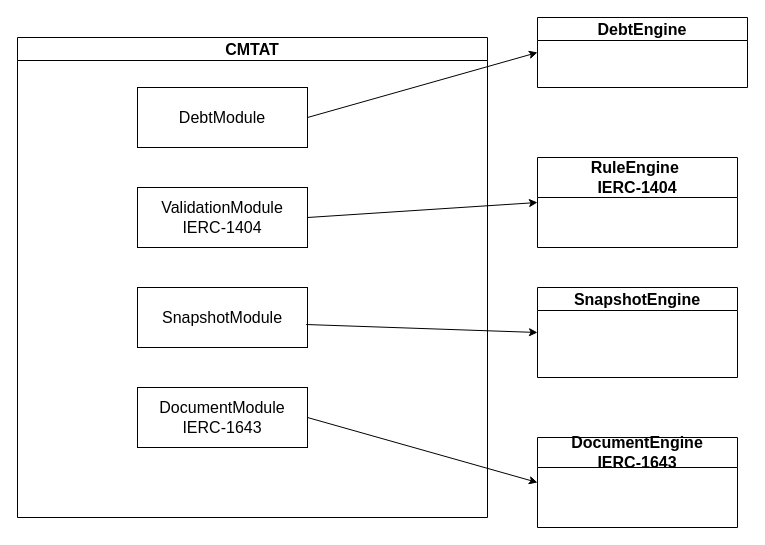
Before: page "Engine" (1 of 8) of doc/schema/drawio/Engine.drawio in CMTA/CMTAT, a draw.io diagram. Source tidied: cells renumbered, new cells numbered last; positions are measured from the earlier drawing's top-left corner, leaving out a move shared by most shapes. Both pictures are drawn from the tidied source at 100%, with x=0, y=0 at pixel (17, 17).
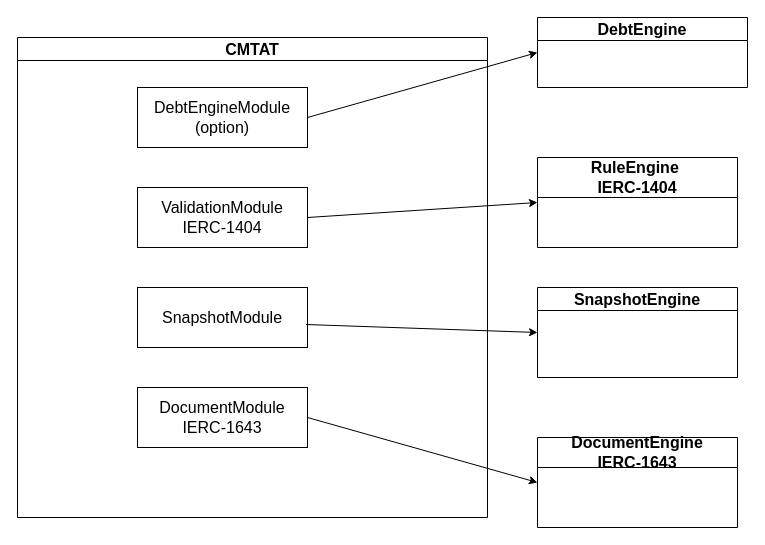
After the change.

The edit, as a diff of the source:
```diff
@@
 <mxGraphModel>
   <root>
     <mxCell id="0" />
     <mxCell id="1" parent="0" />
     <mxCell id="2" value="CMTAT" style="swimlane;whiteSpace=wrap;html=1;fontSize=16;" parent="1" vertex="1">
       <mxGeometry y="20" width="470" height="480" as="geometry" />
     </mxCell>
-    <mxCell id="3" value="DebtModule" style="rounded=0;whiteSpace=wrap;html=1;fontSize=16;" parent="2" vertex="1">
+    <mxCell id="3" value="DebtEngineModule&lt;br&gt;(option)" style="rounded=0;whiteSpace=wrap;html=1;fontSize=16;" parent="2" vertex="1">
       <mxGeometry x="120" y="50" width="170" height="60" as="geometry" />
     </mxCell>
     <mxCell id="4" value="ValidationModule&lt;br style=&quot;font-size: 16px;&quot;&gt;IERC-1404" style="rounded=0;whiteSpace=wrap;html=1;fontSize=16;" parent="2" vertex="1">
       <mxGeometry x="120" y="150" width="170" height="60" as="geometry" />
     </mxCell>
     <mxCell id="5" value="DocumentModule&lt;br&gt;IERC-1643" style="rounded=0;whiteSpace=wrap;html=1;fontSize=16;" parent="2" vertex="1">
       <mxGeometry x="120" y="350" width="170" height="60" as="geometry" />
     </mxCell>
     <mxCell id="6" value="SnapshotModule" style="rounded=0;whiteSpace=wrap;html=1;fontSize=16;" parent="2" vertex="1">
       <mxGeometry x="120" y="250" width="170" height="60" as="geometry" />
     </mxCell>
     <mxCell id="7" value="DebtEngine" style="swimlane;whiteSpace=wrap;html=1;fontSize=16;" parent="1" vertex="1">
       <mxGeometry x="520" width="210" height="70" as="geometry" />
     </mxCell>
     <mxCell id="8" value="SnapshotEngine" style="swimlane;whiteSpace=wrap;html=1;fontSize=16;" parent="1" vertex="1">
       <mxGeometry x="520" y="270" width="200" height="90" as="geometry" />
     </mxCell>
     <mxCell id="9" value="DocumentEngine&lt;br style=&quot;font-size: 16px;&quot;&gt;IERC-1643" style="swimlane;whiteSpace=wrap;html=1;startSize=30;fontSize=16;" parent="1" vertex="1">
       <mxGeometry x="520" y="420" width="200" height="90" as="geometry" />
     </mxCell>
     <mxCell id="10" style="endArrow=classic;html=1;rounded=0;exitX=1;exitY=0.5;exitDx=0;exitDy=0;entryX=0;entryY=0.5;entryDx=0;entryDy=0;fontSize=16;" parent="1" edge="1" source="3" target="7">
       <mxGeometry relative="1" as="geometry" />
     </mxCell>
     <mxCell id="11" style="endArrow=classic;html=1;rounded=0;exitX=1;exitY=0.5;exitDx=0;exitDy=0;entryX=0;entryY=0.5;entryDx=0;entryDy=0;fontSize=16;" parent="1" edge="1" source="4" target="14">
       <mxGeometry relative="1" as="geometry" />
     </mxCell>
     <mxCell id="12" style="endArrow=classic;html=1;rounded=0;exitX=0.992;exitY=0.617;exitDx=0;exitDy=0;exitPerimeter=0;entryX=0;entryY=0.5;entryDx=0;entryDy=0;fontSize=16;" parent="1" edge="1" source="6" target="8">
       <mxGeometry relative="1" as="geometry" />
     </mxCell>
     <mxCell id="13" style="endArrow=classic;html=1;rounded=0;exitX=1;exitY=0.5;exitDx=0;exitDy=0;entryX=0;entryY=0.5;entryDx=0;entryDy=0;fontSize=16;" parent="1" edge="1" source="5" target="9">
       <mxGeometry relative="1" as="geometry" />
     </mxCell>
     <mxCell id="14" value="RuleEngine&amp;nbsp;&lt;br style=&quot;font-size: 16px;&quot;&gt;IERC-1404" style="swimlane;whiteSpace=wrap;html=1;fontSize=16;startSize=40;" parent="1" vertex="1">
       <mxGeometry x="520" y="140" width="200" height="90" as="geometry" />
     </mxCell>
   </root>
 </mxGraphModel>
```
